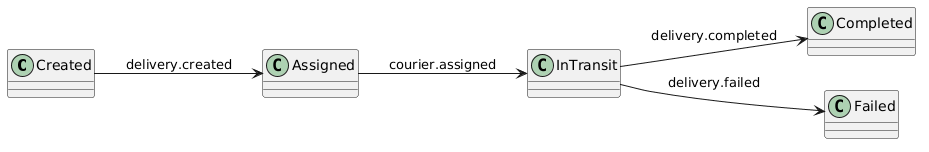
blackmittel/OtusSystemDesign keeps this PlantUML diagram as doc/images/StateMachine Delivery.png. Above is the earlier version.
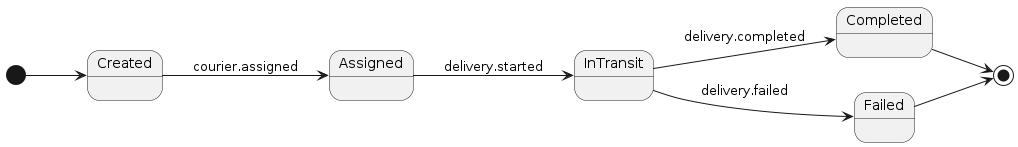
After the commit.

Change to the diagram source:
```diff
@@ -1,7 +1,14 @@
 @startuml
 left to right direction
-Created --> Assigned : delivery.created
-Assigned --> InTransit : courier.assigned
+
+[*] --> Created
+
+Created --> Assigned : courier.assigned
+Assigned --> InTransit : delivery.started
+
 InTransit --> Completed : delivery.completed
 InTransit --> Failed : delivery.failed
+
+Completed --> [*]
+Failed --> [*]
 @enduml
```
